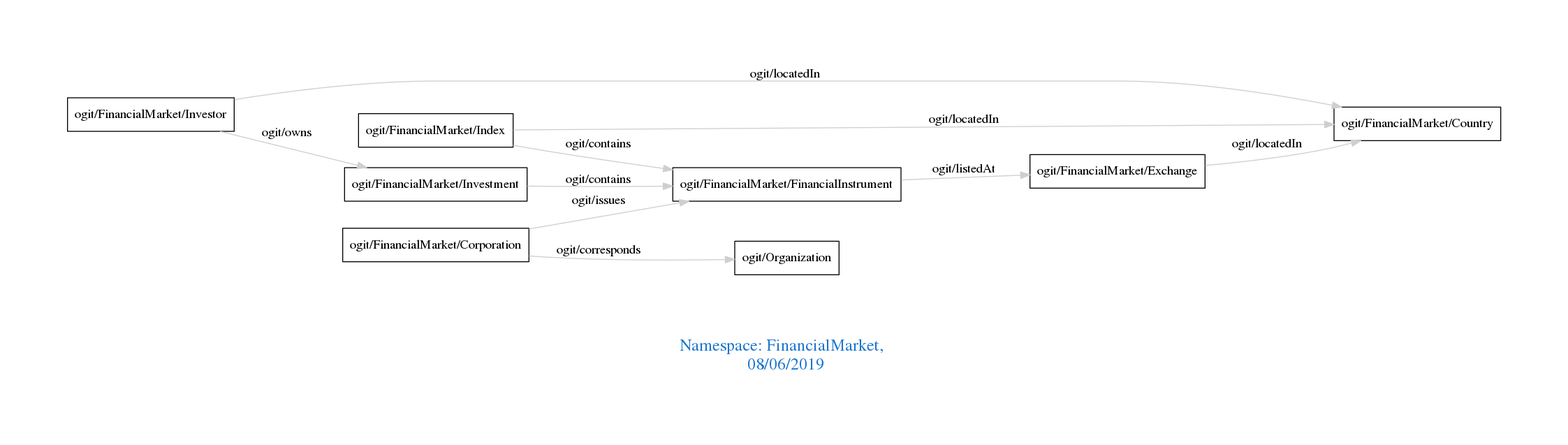
Earlier version of the Graphviz export downloads/FinancialMarket.png (arago/OGIT). Its source is kept beside it as downloads/FinancialMarket.dot.
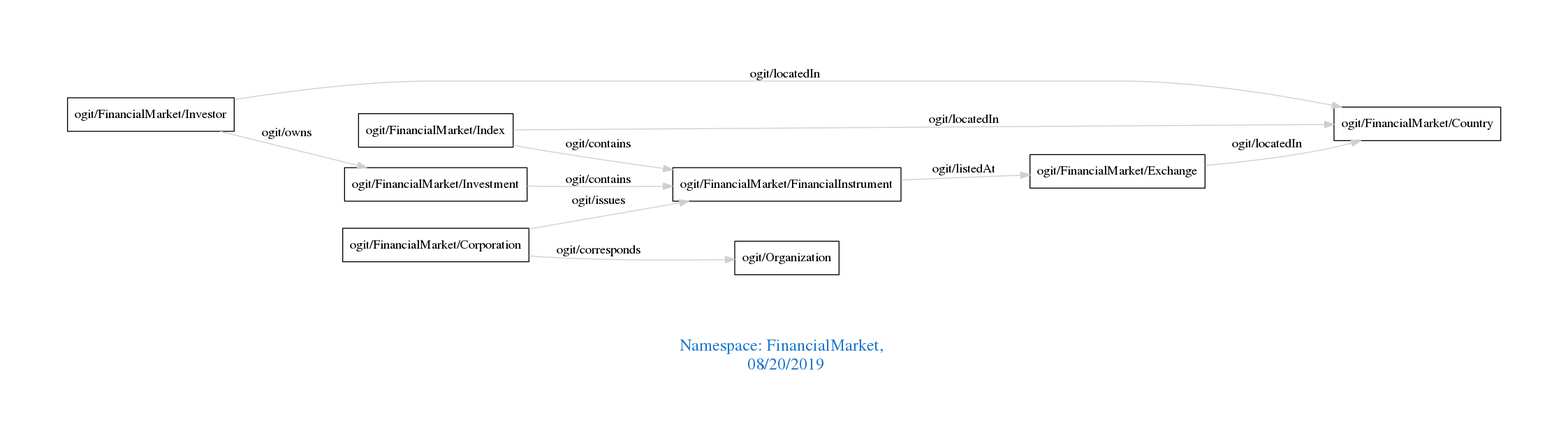
After the change.

The edit, as a diff of the source:
```diff
@@ -1,7 +1,7 @@
 digraph OGIT_ontology {
  graph [ rankdir= LR,pad=1
 fontsize = 18,
-fontcolor= dodgerblue3,label = "\n\n\nNamespace: FinancialMarket, \n 08/06/2019"];
+fontcolor= dodgerblue3,label = "\n\n\nNamespace: FinancialMarket, \n 08/20/2019"];
 node[shape=polygon];
 edge [  color="gray81"];
 
```
